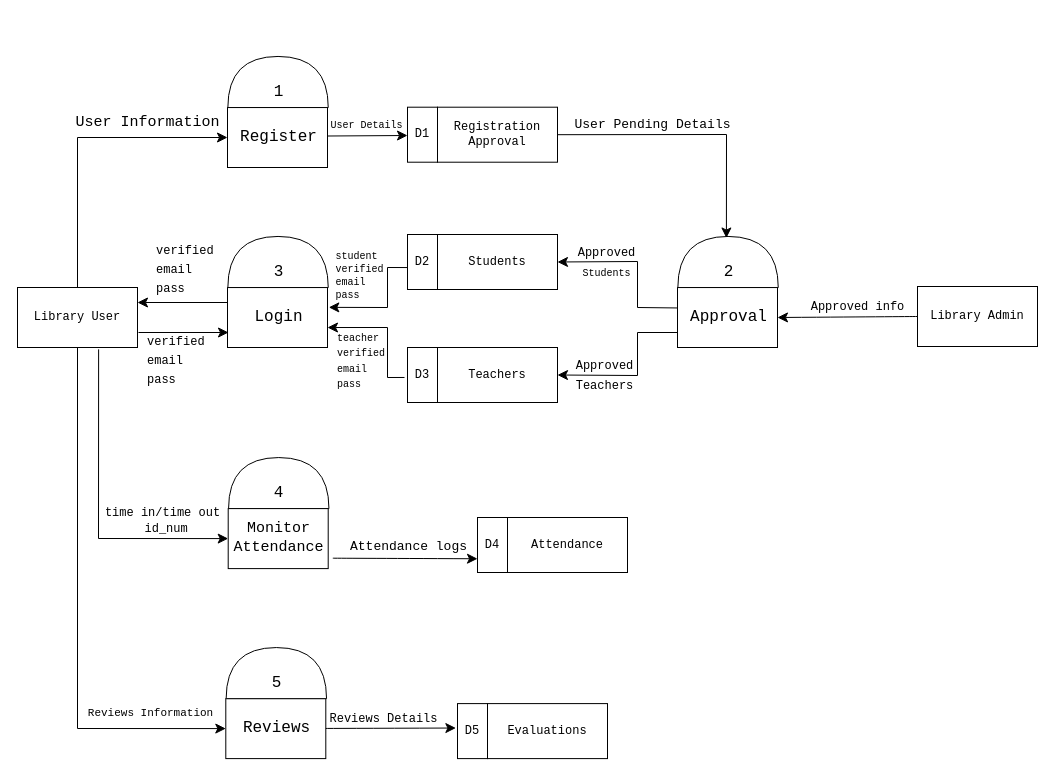
Before: Untitled Diagram.drawio in carmelooo1/capstone_docs, a draw.io diagram. Source tidied: cells renumbered, new cells numbered last; positions are measured from the earlier drawing's top-left corner, leaving out a move shared by most shapes. Both pictures are drawn from the tidied source at 100%, with x=0, y=0 at pixel (17, 31).
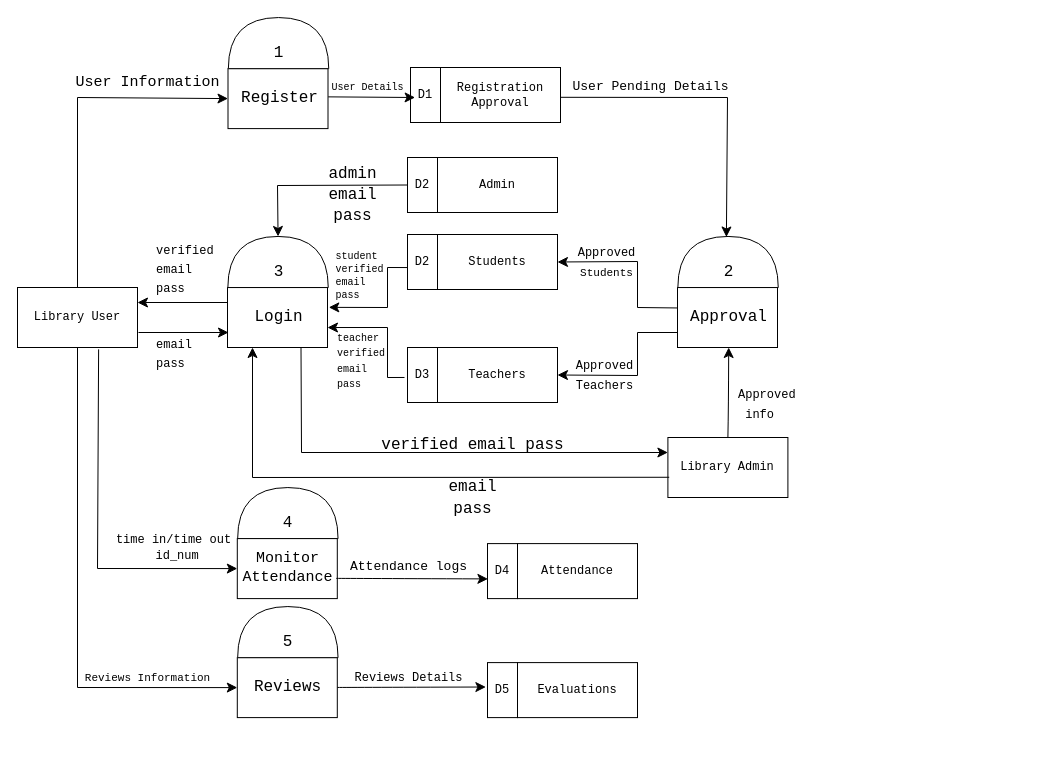
After the change.

Unchanged cells that the change refers to:
```xml
<mxCell id="3" value="Library User" style="rounded=0;whiteSpace=wrap;html=1;fontFamily=Courier New;" parent="1" vertex="1">
  <mxGeometry y="256" width="120" height="60" as="geometry" />
</mxCell>
<mxCell id="8" style="rounded=0;whiteSpace=wrap;html=1;fontFamily=Courier New;" parent="1" vertex="1">
  <mxGeometry x="210" y="256" width="100" height="60" as="geometry" />
</mxCell>
<mxCell id="9" style="shape=or;whiteSpace=wrap;html=1;rotation=-90;fontFamily=Courier New;" parent="1" vertex="1">
  <mxGeometry x="235" y="180.3" width="51.1" height="100.4" as="geometry" />
</mxCell>
<mxCell id="18" value="Registration Approval" style="whiteSpace=wrap;html=1;fontFamily=Courier New;" parent="17" vertex="1">
  <mxGeometry x="30" width="120" height="55" as="geometry" />
</mxCell>
<mxCell id="29" style="rounded=0;whiteSpace=wrap;html=1;fontFamily=Courier New;" parent="28" vertex="1">
  <mxGeometry y="51.1" width="100" height="60" as="geometry" />
</mxCell>
<mxCell id="43" style="rounded=0;whiteSpace=wrap;html=1;fontFamily=Courier New;" parent="42" vertex="1">
  <mxGeometry y="30" width="100" height="60" as="geometry" />
</mxCell>
<mxCell id="46" value="&lt;div style=&quot;font-size: 15px;&quot;&gt;&lt;font style=&quot;font-size: 15px;&quot;&gt;Monitor&lt;/font&gt;&lt;/div&gt;&lt;font style=&quot;font-size: 15px;&quot;&gt;Attendance&lt;/font&gt;" style="text;html=1;align=center;verticalAlign=middle;points=[];strokeColor=none;fillColor=none;fontSize=16;fontFamily=Courier New;" parent="42" vertex="1">
  <mxGeometry x="-4.5" y="35" width="110" height="50" as="geometry" />
</mxCell>
<mxCell id="52" value="D4" style="rounded=0;whiteSpace=wrap;html=1;fontFamily=Courier New;" parent="50" vertex="1">
  <mxGeometry width="30" height="55" as="geometry" />
</mxCell>
```

The edit, as a diff of the source:
```diff
@@
-    <mxCell id="4" style="rounded=0;whiteSpace=wrap;html=1;fontFamily=Courier New;" parent="1" vertex="1">
-      <mxGeometry x="210" y="76" width="100" height="60" as="geometry" />
-    </mxCell>
-    <mxCell id="5" style="shape=or;whiteSpace=wrap;html=1;rotation=-90;fontFamily=Courier New;" parent="1" vertex="1">
-      <mxGeometry x="235" y="0.3" width="51.1" height="100.4" as="geometry" />
-    </mxCell>
-    <mxCell id="6" style="edgeStyle=none;curved=1;rounded=0;orthogonalLoop=1;jettySize=auto;html=1;exitX=0;exitY=0.5;exitDx=0;exitDy=0;fontSize=12;startSize=8;endSize=8;fontFamily=Courier New;" parent="1" edge="1" source="4" target="4">
-      <mxGeometry relative="1" as="geometry" />
-    </mxCell>
-    <mxCell id="7" value="1" style="text;html=1;align=center;verticalAlign=middle;strokeColor=none;fillColor=none;fontSize=16;fontFamily=Courier New;" parent="1" vertex="1">
-      <mxGeometry x="245.5" y="46" width="30" height="30" as="geometry" />
-    </mxCell>
@@
-    <mxCell id="12" value="Register" style="text;html=1;align=center;verticalAlign=middle;strokeColor=none;fillColor=none;fontSize=16;fontFamily=Courier New;" parent="1" vertex="1">
-      <mxGeometry x="211" y="91" width="100" height="30" as="geometry" />
-    </mxCell>
@@
     <mxCell id="14" style="endArrow=classic;html=1;rounded=0;fontSize=12;startSize=8;endSize=8;curved=0;exitX=0.5;exitY=0;exitDx=0;exitDy=0;entryX=0;entryY=0.5;entryDx=0;entryDy=0;fontFamily=Courier New;" parent="1" edge="1" source="3" target="4">
       <mxGeometry relative="1" as="geometry">
         <Array as="points">
-          <mxPoint x="60" y="106" />
+          <mxPoint x="60" y="66" />
         </Array>
       </mxGeometry>
     </mxCell>
     <mxCell id="15" value="&lt;font style=&quot;font-size: 15px;&quot;&gt;User Information&lt;/font&gt;" style="text;html=1;align=center;verticalAlign=middle;strokeColor=none;fillColor=none;fontSize=16;fontFamily=Courier New;" parent="1" vertex="1">
-      <mxGeometry x="45" y="75.7" width="170" height="30" as="geometry" />
+      <mxGeometry x="45" y="36" width="170" height="30" as="geometry" />
     </mxCell>
     <mxCell id="16" value="Library Admin" style="rounded=0;whiteSpace=wrap;html=1;fontFamily=Courier New;" parent="1" vertex="1">
-      <mxGeometry x="900" y="255" width="120" height="60" as="geometry" />
+      <mxGeometry x="650.4" y="406" width="120" height="60" as="geometry" />
     </mxCell>
     <mxCell id="17" style="group;fontFamily=Courier New;" parent="1" vertex="1">
-      <mxGeometry x="390" y="75.7" width="150" height="55" as="geometry" />
+      <mxGeometry x="393" y="36" width="150" height="55" as="geometry" />
     </mxCell>
@@
     <mxCell id="28" style="group;fontFamily=Courier New;" parent="1" vertex="1">
-      <mxGeometry x="208.3" y="616" width="100.7" height="111.1" as="geometry" />
+      <mxGeometry x="219.8" y="575" width="100.7" height="111.1" as="geometry" />
     </mxCell>
@@
     <mxCell id="34" style="endArrow=classic;html=1;rounded=0;fontSize=12;startSize=8;endSize=8;curved=0;entryX=0;entryY=0.5;entryDx=0;entryDy=0;fontFamily=Courier New;" parent="1" edge="1" source="3" target="29">
       <mxGeometry relative="1" as="geometry">
         <Array as="points">
-          <mxPoint x="60" y="697" />
+          <mxPoint x="60" y="656" />
         </Array>
       </mxGeometry>
     </mxCell>
     <mxCell id="35" value="&lt;font style=&quot;font-size: 11px;&quot;&gt;Reviews Information&lt;/font&gt;" style="text;html=1;align=center;verticalAlign=middle;strokeColor=none;fillColor=none;fontSize=16;fontFamily=Courier New;" parent="1" vertex="1">
-      <mxGeometry x="58" y="666" width="150" height="30" as="geometry" />
+      <mxGeometry x="55" y="631.1" width="150" height="30" as="geometry" />
     </mxCell>
     <mxCell id="36" style="group;fontFamily=Courier New;" parent="1" vertex="1">
-      <mxGeometry x="440" y="672.1" width="150" height="55" as="geometry" />
+      <mxGeometry x="470" y="631.1" width="150" height="55" as="geometry" />
     </mxCell>
@@
     <mxCell id="39" value="&lt;font style=&quot;font-size: 12px;&quot;&gt;Reviews D&lt;/font&gt;&lt;span style=&quot;font-size: 12px; background-color: initial;&quot;&gt;etails&lt;/span&gt;" style="text;html=1;align=center;verticalAlign=middle;strokeColor=none;fillColor=none;fontSize=16;fontFamily=Courier New;" parent="1" vertex="1">
-      <mxGeometry x="301" y="672.1" width="130" height="30" as="geometry" />
+      <mxGeometry x="325.5" y="631.1" width="130" height="30" as="geometry" />
     </mxCell>
     <mxCell id="40" style="group;fontFamily=Courier New;" parent="1" vertex="1">
-      <mxGeometry x="210.7" y="426" width="110.5" height="111.1" as="geometry" />
+      <mxGeometry x="219.8" y="456" width="110.5" height="111.1" as="geometry" />
     </mxCell>
@@
     <mxCell id="48" style="endArrow=classic;html=1;rounded=0;fontSize=12;startSize=8;endSize=8;curved=0;exitX=0.676;exitY=1.031;exitDx=0;exitDy=0;exitPerimeter=0;fontFamily=Courier New;entryX=0;entryY=0.5;entryDx=0;entryDy=0;" parent="1" edge="1" source="3" target="43">
       <mxGeometry relative="1" as="geometry">
         <Array as="points">
-          <mxPoint x="81" y="507" />
+          <mxPoint x="80" y="537" />
         </Array>
       </mxGeometry>
     </mxCell>
@@
     <mxCell id="50" style="group;fontFamily=Courier New;" parent="1" vertex="1">
-      <mxGeometry x="460" y="486" width="150" height="55" as="geometry" />
+      <mxGeometry x="470" y="512.1" width="150" height="55" as="geometry" />
     </mxCell>
@@
-    <mxCell id="53" style="endArrow=classic;html=1;rounded=0;fontSize=12;startSize=8;endSize=8;curved=1;exitX=0.992;exitY=0.892;exitDx=0;exitDy=0;exitPerimeter=0;entryX=0;entryY=0.75;entryDx=0;entryDy=0;fontFamily=Courier New;" parent="1" edge="1" source="46" target="52">
+    <mxCell id="53" style="endArrow=classic;html=1;rounded=0;fontSize=12;startSize=8;endSize=8;curved=1;entryX=0.014;entryY=0.642;entryDx=0;entryDy=0;fontFamily=Courier New;entryPerimeter=0;exitX=0.989;exitY=0.663;exitDx=0;exitDy=0;exitPerimeter=0;" parent="1" edge="1" source="43" target="52">
       <mxGeometry relative="1" as="geometry" />
     </mxCell>
     <mxCell id="54" value="&lt;font style=&quot;font-size: 13px;&quot;&gt;Attendance logs&lt;/font&gt;" style="text;html=1;align=center;verticalAlign=middle;strokeColor=none;fillColor=none;fontSize=16;fontFamily=Courier New;" parent="1" vertex="1">
-      <mxGeometry x="321" y="500" width="140" height="30" as="geometry" />
+      <mxGeometry x="320.5" y="520" width="140" height="30" as="geometry" />
     </mxCell>
@@
-    <mxCell id="61" style="endArrow=classic;html=1;rounded=0;fontSize=12;startSize=8;endSize=8;curved=0;fontFamily=Courier New;" parent="1" edge="1">
+    <mxCell id="61" style="endArrow=classic;html=1;rounded=0;fontSize=12;startSize=8;endSize=8;curved=0;fontFamily=Courier New;exitX=1.002;exitY=0.471;exitDx=0;exitDy=0;exitPerimeter=0;" parent="1" edge="1" source="4">
       <mxGeometry relative="1" as="geometry">
-        <mxPoint x="310.4" y="104.5" as="sourcePoint" />
-        <mxPoint x="390" y="104" as="targetPoint" />
+        <mxPoint x="397.6" y="66" as="targetPoint" />
       </mxGeometry>
     </mxCell>
     <mxCell id="62" value="&lt;font style=&quot;font-size: 10px;&quot;&gt;User Details&lt;/font&gt;" style="text;html=1;align=center;verticalAlign=middle;strokeColor=none;fillColor=none;fontSize=16;fontFamily=Courier New;" parent="1" vertex="1">
-      <mxGeometry x="299" y="77.7" width="100" height="30" as="geometry" />
+      <mxGeometry x="300" y="40" width="100" height="30" as="geometry" />
     </mxCell>
-    <mxCell id="63" style="endArrow=classic;html=1;rounded=0;fontSize=12;startSize=8;endSize=8;curved=0;exitX=1;exitY=0.5;exitDx=0;exitDy=0;entryX=0.994;entryY=0.831;entryDx=0;entryDy=0;entryPerimeter=0;fontFamily=Courier New;" parent="1" edge="1" source="18">
+    <mxCell id="63" style="endArrow=classic;html=1;rounded=0;fontSize=12;startSize=8;endSize=8;curved=0;exitX=1;exitY=0.542;exitDx=0;exitDy=0;entryX=0.994;entryY=0.831;entryDx=0;entryDy=0;entryPerimeter=0;fontFamily=Courier New;exitPerimeter=0;" parent="1" edge="1" source="18">
       <mxGeometry relative="1" as="geometry">
-        <mxPoint x="708.9" y="206.5" as="targetPoint" />
+        <mxPoint x="708.9" y="205.5" as="targetPoint" />
         <Array as="points">
-          <mxPoint x="709" y="103" />
+          <mxPoint x="710" y="66" />
         </Array>
       </mxGeometry>
     </mxCell>
     <mxCell id="64" value="&lt;font style=&quot;font-size: 13px;&quot;&gt;User Pending Details&lt;/font&gt;" style="text;html=1;align=center;verticalAlign=middle;strokeColor=none;fillColor=none;fontSize=16;fontFamily=Courier New;" parent="1" vertex="1">
-      <mxGeometry x="545" y="77.7" width="180" height="30" as="geometry" />
+      <mxGeometry x="543" y="40" width="180" height="30" as="geometry" />
     </mxCell>
-    <mxCell id="65" style="endArrow=classic;html=1;rounded=0;fontSize=12;startSize=8;endSize=8;curved=1;exitX=0;exitY=0.5;exitDx=0;exitDy=0;fontFamily=Courier New;" parent="1" edge="1" source="16">
+    <mxCell id="65" style="endArrow=classic;html=1;rounded=0;fontSize=12;startSize=8;endSize=8;curved=1;exitX=0.5;exitY=0;exitDx=0;exitDy=0;fontFamily=Courier New;" parent="1" edge="1" source="16">
       <mxGeometry relative="1" as="geometry">
-        <mxPoint x="760" y="286" as="targetPoint" />
+        <mxPoint x="711.2" y="316" as="targetPoint" />
+        <Array as="points">
+          <mxPoint x="711" y="376" />
+        </Array>
       </mxGeometry>
     </mxCell>
-    <mxCell id="66" value="&lt;font style=&quot;font-size: 12px;&quot;&gt;Approved info&lt;/font&gt;" style="text;html=1;align=center;verticalAlign=middle;strokeColor=none;fillColor=none;fontSize=16;fontFamily=Courier New;" parent="1" vertex="1">
-      <mxGeometry x="780" y="260" width="120" height="30" as="geometry" />
+    <mxCell id="66" value="&lt;font style=&quot;font-size: 12px;&quot;&gt;Approved&lt;/font&gt;&lt;div&gt;&lt;font style=&quot;font-size: 12px;&quot;&gt;&amp;nbsp;info&lt;/font&gt;&lt;/div&gt;" style="text;html=1;align=left;verticalAlign=middle;strokeColor=none;fillColor=none;fontSize=16;fontFamily=Courier New;" parent="1" vertex="1">
+      <mxGeometry x="719" y="347.7" width="80" height="50" as="geometry" />
     </mxCell>
@@
-    <mxCell id="69" value="&lt;font&gt;&lt;font style=&quot;font-size: 12px;&quot;&gt;Approved&lt;/font&gt;&lt;/font&gt;&lt;div&gt;&lt;font&gt;&lt;font style=&quot;font-size: 12px;&quot;&gt;&lt;/font&gt;&lt;font style=&quot;font-size: 10px;&quot;&gt;Students&lt;/font&gt;&lt;/font&gt;&lt;/div&gt;" style="text;html=1;align=center;verticalAlign=middle;strokeColor=none;fillColor=none;fontSize=16;fontFamily=Courier New;" parent="1" vertex="1">
+    <mxCell id="69" value="&lt;font&gt;&lt;font style=&quot;font-size: 12px;&quot;&gt;Approved&lt;/font&gt;&lt;/font&gt;&lt;div&gt;&lt;font size=&quot;1&quot;&gt;&lt;font style=&quot;&quot;&gt;&lt;/font&gt;&lt;font style=&quot;font-size: 11px;&quot;&gt;Students&lt;/font&gt;&lt;/font&gt;&lt;/div&gt;" style="text;html=1;align=center;verticalAlign=middle;strokeColor=none;fillColor=none;fontSize=16;fontFamily=Courier New;" parent="1" vertex="1">
       <mxGeometry x="549" y="206" width="80" height="50" as="geometry" />
     </mxCell>
@@
-    <mxCell id="75" value="&lt;span style=&quot;font-size: 12px;&quot;&gt;verified&amp;nbsp;&lt;/span&gt;&lt;div&gt;&lt;span style=&quot;font-size: 12px;&quot;&gt;email&lt;/span&gt;&lt;/div&gt;&lt;div&gt;&lt;span style=&quot;font-size: 12px;&quot;&gt;pass&lt;/span&gt;&lt;/div&gt;" style="text;html=1;align=left;verticalAlign=middle;strokeColor=none;fillColor=none;fontSize=16;fontFamily=Courier New;" parent="1" vertex="1">
-      <mxGeometry x="128" y="293.5" width="90" height="70" as="geometry" />
+    <mxCell id="75" value="&lt;br&gt;&lt;div&gt;&lt;span style=&quot;font-size: 12px;&quot;&gt;email&lt;/span&gt;&lt;/div&gt;&lt;div&gt;&lt;span style=&quot;font-size: 12px;&quot;&gt;pass&lt;/span&gt;&lt;/div&gt;" style="text;html=1;align=left;verticalAlign=middle;strokeColor=none;fillColor=none;fontSize=16;fontFamily=Courier New;" parent="1" vertex="1">
+      <mxGeometry x="137" y="277.7" width="60" height="70" as="geometry" />
     </mxCell>
     <mxCell id="76" value="&lt;font face=&quot;Courier New&quot;&gt;time in/time out&lt;/font&gt;&lt;div&gt;&lt;font face=&quot;Courier New&quot;&gt;&amp;nbsp;id_num&lt;/font&gt;&lt;/div&gt;" style="text;html=1;align=center;verticalAlign=middle;strokeColor=none;fillColor=none;fontSize=12;fontFamily=Helvetica;fontColor=default;labelBackgroundColor=none;" parent="1" vertex="1">
-      <mxGeometry x="75" y="469" width="140" height="40" as="geometry" />
+      <mxGeometry x="86" y="496" width="140" height="40" as="geometry" />
     </mxCell>
+    <mxCell id="77" style="endArrow=classic;html=1;rounded=0;fontSize=12;startSize=8;endSize=8;curved=0;exitX=0.011;exitY=0.663;exitDx=0;exitDy=0;entryX=0.25;entryY=1;entryDx=0;entryDy=0;exitPerimeter=0;" parent="1" edge="1" source="16" target="8">
+      <mxGeometry relative="1" as="geometry">
+        <Array as="points">
+          <mxPoint x="235" y="446" />
+        </Array>
+      </mxGeometry>
+    </mxCell>
+    <mxCell id="78" style="endArrow=classic;html=1;rounded=0;fontSize=12;startSize=8;endSize=8;curved=0;exitX=0.715;exitY=1.004;exitDx=0;exitDy=0;exitPerimeter=0;entryX=0;entryY=0.25;entryDx=0;entryDy=0;" parent="1" edge="1" target="16">
+      <mxGeometry relative="1" as="geometry">
+        <mxPoint x="283.5" y="316.2" as="sourcePoint" />
+        <Array as="points">
+          <mxPoint x="284" y="421" />
+        </Array>
+      </mxGeometry>
+    </mxCell>
+    <mxCell id="79" value="&lt;font face=&quot;Courier New&quot;&gt;email&lt;/font&gt;&lt;div&gt;&lt;span style=&quot;font-family: &amp;quot;Courier New&amp;quot;; background-color: initial;&quot;&gt;pass&lt;/span&gt;&lt;/div&gt;" style="text;html=1;align=center;verticalAlign=middle;strokeColor=none;fillColor=none;fontSize=16;" parent="1" vertex="1">
+      <mxGeometry x="420" y="436" width="70" height="60" as="geometry" />
+    </mxCell>
+    <mxCell id="80" value="&lt;font face=&quot;Courier New&quot;&gt;verified&amp;nbsp;&lt;span style=&quot;background-color: initial;&quot;&gt;email&amp;nbsp;&lt;/span&gt;&lt;span style=&quot;background-color: initial;&quot;&gt;pass&lt;/span&gt;&lt;/font&gt;" style="text;html=1;align=center;verticalAlign=middle;strokeColor=none;fillColor=none;fontSize=16;" parent="1" vertex="1">
+      <mxGeometry x="350" y="397.7" width="210" height="30" as="geometry" />
+    </mxCell>
+    <mxCell id="81" style="group;" parent="1" vertex="1">
+      <mxGeometry x="210.5" y="-14" width="101" height="111.1" as="geometry" />
+    </mxCell>
+    <mxCell id="4" style="rounded=0;whiteSpace=wrap;html=1;fontFamily=Courier New;" parent="81" vertex="1">
+      <mxGeometry y="51.1" width="100" height="60" as="geometry" />
+    </mxCell>
+    <mxCell id="5" style="shape=or;whiteSpace=wrap;html=1;rotation=-90;fontFamily=Courier New;" parent="81" vertex="1">
+      <mxGeometry x="25" y="-24.6" width="51.1" height="100.4" as="geometry" />
+    </mxCell>
+    <mxCell id="6" style="edgeStyle=none;curved=1;rounded=0;orthogonalLoop=1;jettySize=auto;html=1;exitX=0;exitY=0.5;exitDx=0;exitDy=0;fontSize=12;startSize=8;endSize=8;fontFamily=Courier New;" parent="81" edge="1" source="4" target="4">
+      <mxGeometry relative="1" as="geometry" />
+    </mxCell>
+    <mxCell id="7" value="1" style="text;html=1;align=center;verticalAlign=middle;strokeColor=none;fillColor=none;fontSize=16;fontFamily=Courier New;" parent="81" vertex="1">
+      <mxGeometry x="35.5" y="21.1" width="30" height="30" as="geometry" />
+    </mxCell>
+    <mxCell id="12" value="Register" style="text;html=1;align=center;verticalAlign=middle;strokeColor=none;fillColor=none;fontSize=16;fontFamily=Courier New;" parent="81" vertex="1">
+      <mxGeometry x="1" y="66.1" width="100" height="30" as="geometry" />
+    </mxCell>
+    <mxCell id="82" style="group;fontFamily=Courier New;" parent="1" vertex="1">
+      <mxGeometry x="390" y="126" width="150" height="55" as="geometry" />
+    </mxCell>
+    <mxCell id="83" value="Admin" style="whiteSpace=wrap;html=1;fontFamily=Courier New;" parent="82" vertex="1">
+      <mxGeometry x="30" width="120" height="55" as="geometry" />
+    </mxCell>
+    <mxCell id="84" value="D2" style="rounded=0;whiteSpace=wrap;html=1;fontFamily=Courier New;" parent="82" vertex="1">
+      <mxGeometry width="30" height="55" as="geometry" />
+    </mxCell>
+    <mxCell id="85" style="endArrow=classic;html=1;rounded=0;fontSize=12;startSize=8;endSize=8;curved=0;exitX=0;exitY=0.5;exitDx=0;exitDy=0;entryX=1;entryY=0.5;entryDx=0;entryDy=0;entryPerimeter=0;" parent="1" edge="1" source="84" target="9">
+      <mxGeometry relative="1" as="geometry">
+        <Array as="points">
+          <mxPoint x="260" y="154" />
+        </Array>
+      </mxGeometry>
+    </mxCell>
+    <mxCell id="86" value="&lt;font face=&quot;Courier New&quot;&gt;admin&lt;/font&gt;&lt;div&gt;&lt;span style=&quot;font-family: &amp;quot;Courier New&amp;quot;; background-color: initial;&quot;&gt;email&lt;/span&gt;&lt;div&gt;&lt;font face=&quot;Courier New&quot;&gt;pass&lt;/font&gt;&lt;/div&gt;&lt;/div&gt;" style="text;html=1;align=center;verticalAlign=middle;strokeColor=none;fillColor=none;fontSize=16;" parent="1" vertex="1">
+      <mxGeometry x="300" y="123" width="70" height="80" as="geometry" />
+    </mxCell>
```
